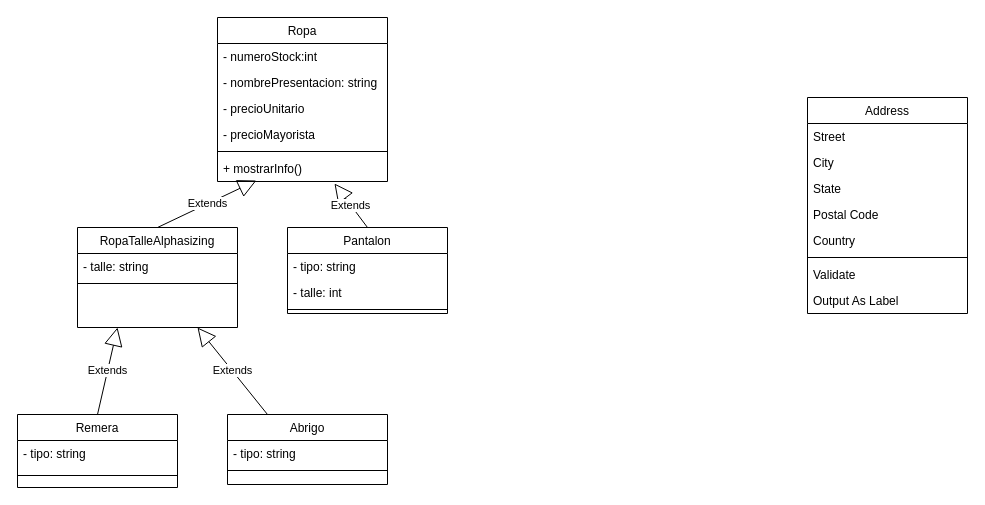
monick96/PracticeCsharp keeps this draw.io diagram as DesarrolloOrientadoObjetos/ejericiosObligatorios3/UML/ejerciciosObligatorios3.drawio. Above is the earlier version. Source tidied: cells renumbered, new cells numbered last; positions are measured from the earlier drawing's top-left corner, leaving out a move shared by most shapes. Both pictures are drawn from the tidied source at 100%, with x=0, y=0 at pixel (17, 17).
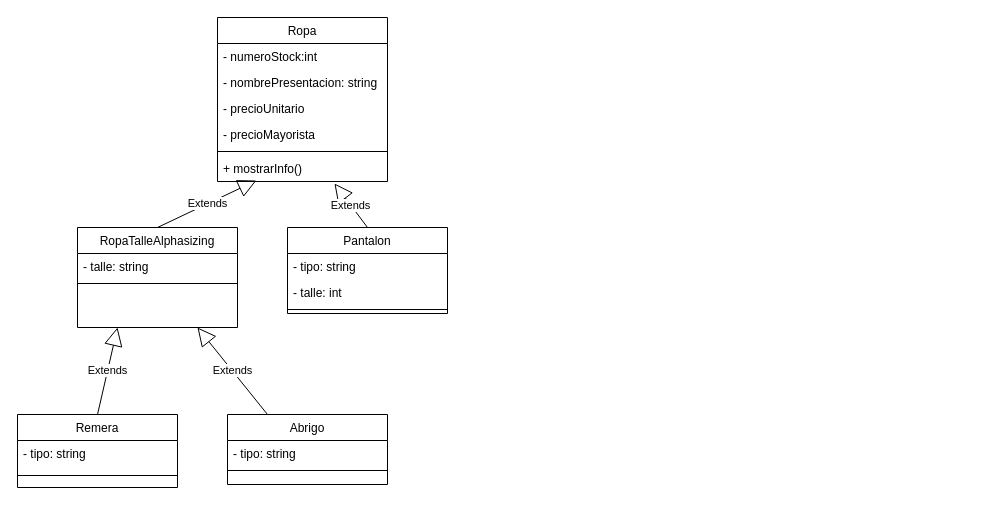
After the change.

Diff of the diagram source:
```diff
@@
-    <mxCell id="15" value="Address" style="swimlane;fontStyle=0;align=center;verticalAlign=top;horizontal=1;startSize=26;rounded=0;shadow=0;strokeWidth=1;" parent="1" vertex="1">
-      <mxGeometry x="790" y="80" width="160" height="216" as="geometry" />
-    </mxCell>
-    <mxCell id="16" value="Street" style="text;align=left;verticalAlign=top;spacingLeft=4;spacingRight=4;overflow=hidden;" parent="15" vertex="1">
-      <mxGeometry y="26" width="160" height="26" as="geometry" />
-    </mxCell>
-    <mxCell id="17" value="City" style="text;align=left;verticalAlign=top;spacingLeft=4;spacingRight=4;overflow=hidden;rounded=0;shadow=0;html=0;" parent="15" vertex="1">
-      <mxGeometry y="52" width="160" height="26" as="geometry" />
-    </mxCell>
-    <mxCell id="18" value="State" style="text;align=left;verticalAlign=top;spacingLeft=4;spacingRight=4;overflow=hidden;rounded=0;shadow=0;html=0;" parent="15" vertex="1">
-      <mxGeometry y="78" width="160" height="26" as="geometry" />
-    </mxCell>
-    <mxCell id="19" value="Postal Code" style="text;align=left;verticalAlign=top;spacingLeft=4;spacingRight=4;overflow=hidden;rounded=0;shadow=0;html=0;" parent="15" vertex="1">
-      <mxGeometry y="104" width="160" height="26" as="geometry" />
-    </mxCell>
-    <mxCell id="20" value="Country" style="text;align=left;verticalAlign=top;spacingLeft=4;spacingRight=4;overflow=hidden;rounded=0;shadow=0;html=0;" parent="15" vertex="1">
-      <mxGeometry y="130" width="160" height="26" as="geometry" />
-    </mxCell>
-    <mxCell id="21" style="line;html=1;strokeWidth=1;align=left;verticalAlign=middle;spacingTop=-1;spacingLeft=3;spacingRight=3;labelPosition=right;" parent="15" vertex="1">
-      <mxGeometry y="156" width="160" height="8" as="geometry" />
-    </mxCell>
-    <mxCell id="22" value="Validate" style="text;align=left;verticalAlign=top;spacingLeft=4;spacingRight=4;overflow=hidden;" parent="15" vertex="1">
-      <mxGeometry y="164" width="160" height="26" as="geometry" />
-    </mxCell>
-    <mxCell id="23" value="Output As Label" style="text;align=left;verticalAlign=top;spacingLeft=4;spacingRight=4;overflow=hidden;" parent="15" vertex="1">
-      <mxGeometry y="190" width="160" height="26" as="geometry" />
-    </mxCell>
```
